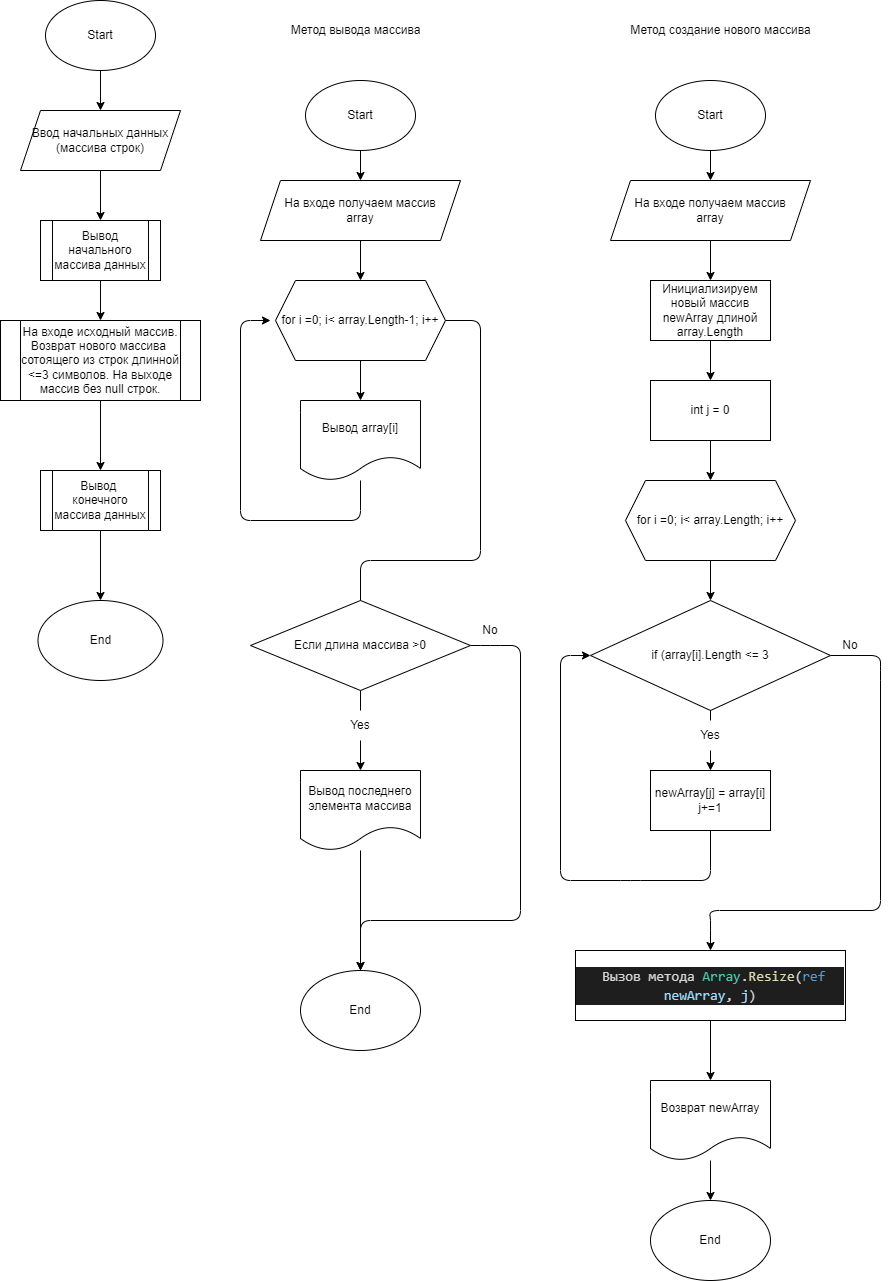
DmitryZ2000/Task1 keeps this draw.io diagram as Test001.drawio.png. Above is the earlier version. Source tidied: cells renumbered, new cells last; positions are measured from the earlier drawing's top-left corner, leaving out a move shared by most shapes.
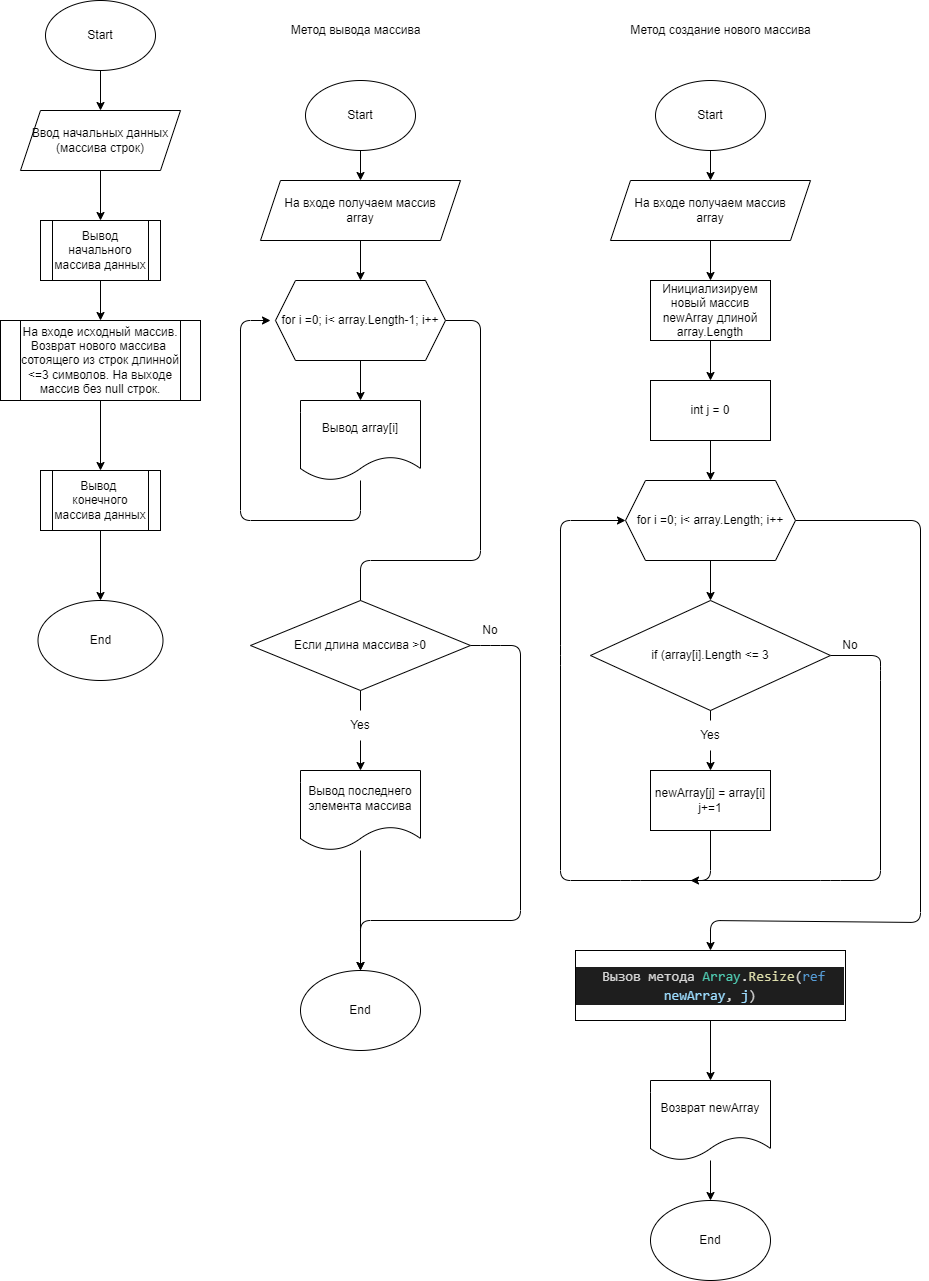
The same file after the commit.

Commit message:
Fixed mistake in the diagramm

The edit, as a diff of the source:
```diff
@@ -108,6 +108,15 @@
     <mxCell id="31" style="edgeStyle=none;html=1;" parent="1" edge="1" source="32" target="35">
       <mxGeometry relative="1" as="geometry" />
     </mxCell>
+    <mxCell id="56" style="edgeStyle=none;html=1;entryX=0.5;entryY=0;entryDx=0;entryDy=0;" parent="1" edge="1" source="32" target="55">
+      <mxGeometry relative="1" as="geometry">
+        <Array as="points">
+          <mxPoint x="920" y="520" />
+          <mxPoint x="920" y="922" />
+          <mxPoint x="710" y="920" />
+        </Array>
+      </mxGeometry>
+    </mxCell>
     <mxCell id="32" value="for i =0; i&amp;lt; array.Length; i++" style="shape=hexagon;perimeter=hexagonPerimeter2;whiteSpace=wrap;html=1;fixedSize=1;" parent="1" vertex="1">
       <mxGeometry x="625" y="480" width="170" height="80" as="geometry" />
     </mxCell>
@@ -116,26 +125,28 @@
     </mxCell>
     <mxCell id="34" style="edgeStyle=none;html=1;" parent="1" edge="1" source="35">
       <mxGeometry relative="1" as="geometry">
-        <mxPoint x="710" y="950" as="targetPoint" />
+        <mxPoint x="690" y="880" as="targetPoint" />
         <Array as="points">
           <mxPoint x="880" y="655" />
           <mxPoint x="880" y="670" />
-          <mxPoint x="880" y="910" />
-          <mxPoint x="709" y="910" />
-          <mxPoint x="710" y="920" />
+          <mxPoint x="880" y="880" />
+          <mxPoint x="830" y="880" />
+          <mxPoint x="770" y="880" />
+          <mxPoint x="790" y="880" />
         </Array>
       </mxGeometry>
     </mxCell>
     <mxCell id="35" value="if (array[i].Length &amp;lt;= 3" style="rhombus;whiteSpace=wrap;html=1;" parent="1" vertex="1">
       <mxGeometry x="590" y="600" width="240" height="110" as="geometry" />
     </mxCell>
-    <mxCell id="36" style="edgeStyle=none;html=1;entryX=0;entryY=0.5;entryDx=0;entryDy=0;" parent="1" edge="1" source="37" target="35">
+    <mxCell id="36" style="edgeStyle=none;html=1;entryX=0;entryY=0.5;entryDx=0;entryDy=0;" parent="1" edge="1" source="37" target="32">
       <mxGeometry relative="1" as="geometry">
         <Array as="points">
           <mxPoint x="710" y="880" />
           <mxPoint x="630" y="880" />
           <mxPoint x="560" y="880" />
           <mxPoint x="560" y="655" />
+          <mxPoint x="560" y="520" />
         </Array>
       </mxGeometry>
     </mxCell>
```
